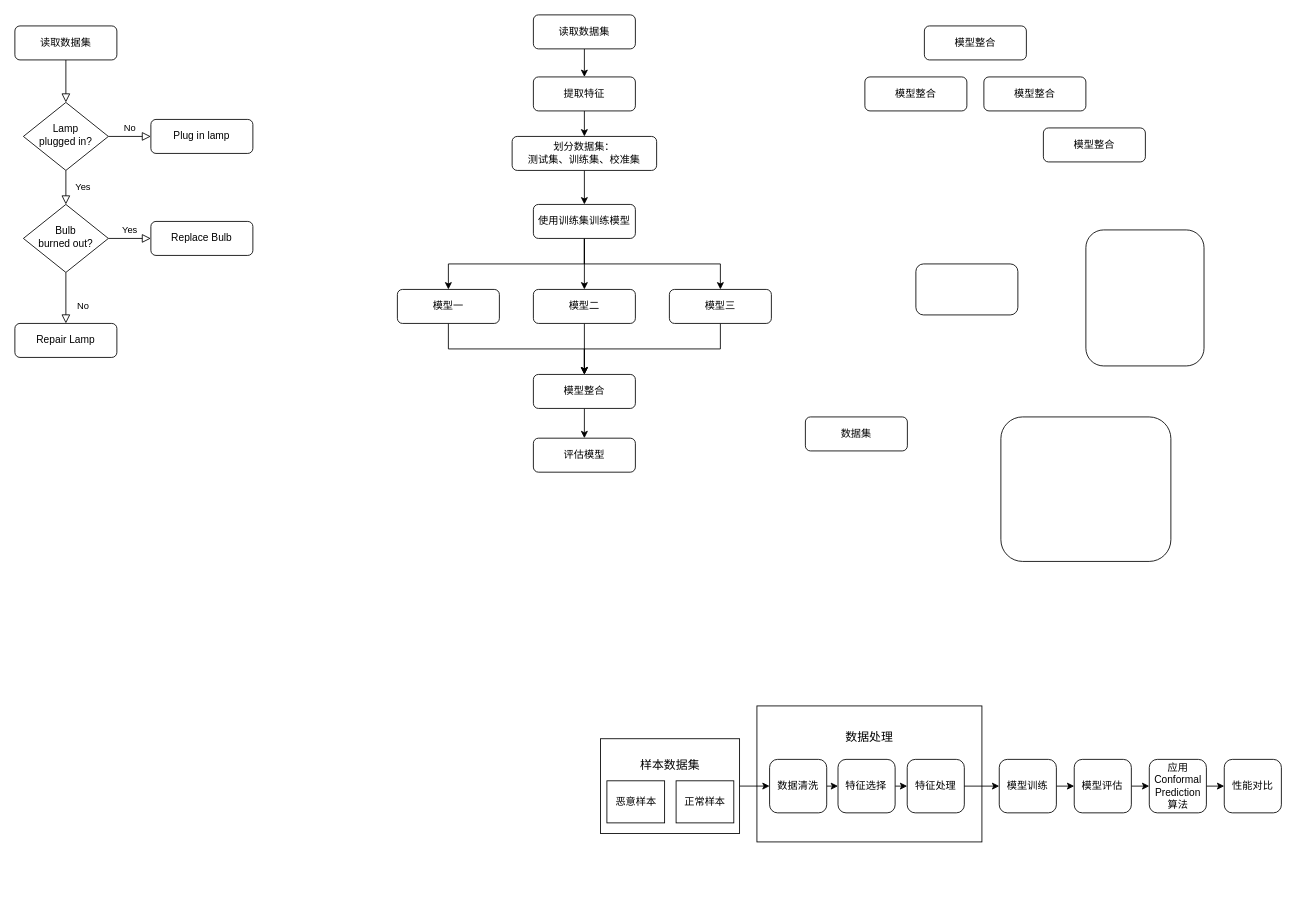
Before: 未命名绘图.drawio in Wanwan0407/WanwanWork, a draw.io diagram. Source tidied: cells renumbered, new cells numbered last; positions are measured from the earlier drawing's top-left corner, leaving out a move shared by most shapes. Both pictures are drawn from the tidied source at 85%, with x=0, y=0 at pixel (14, 14).
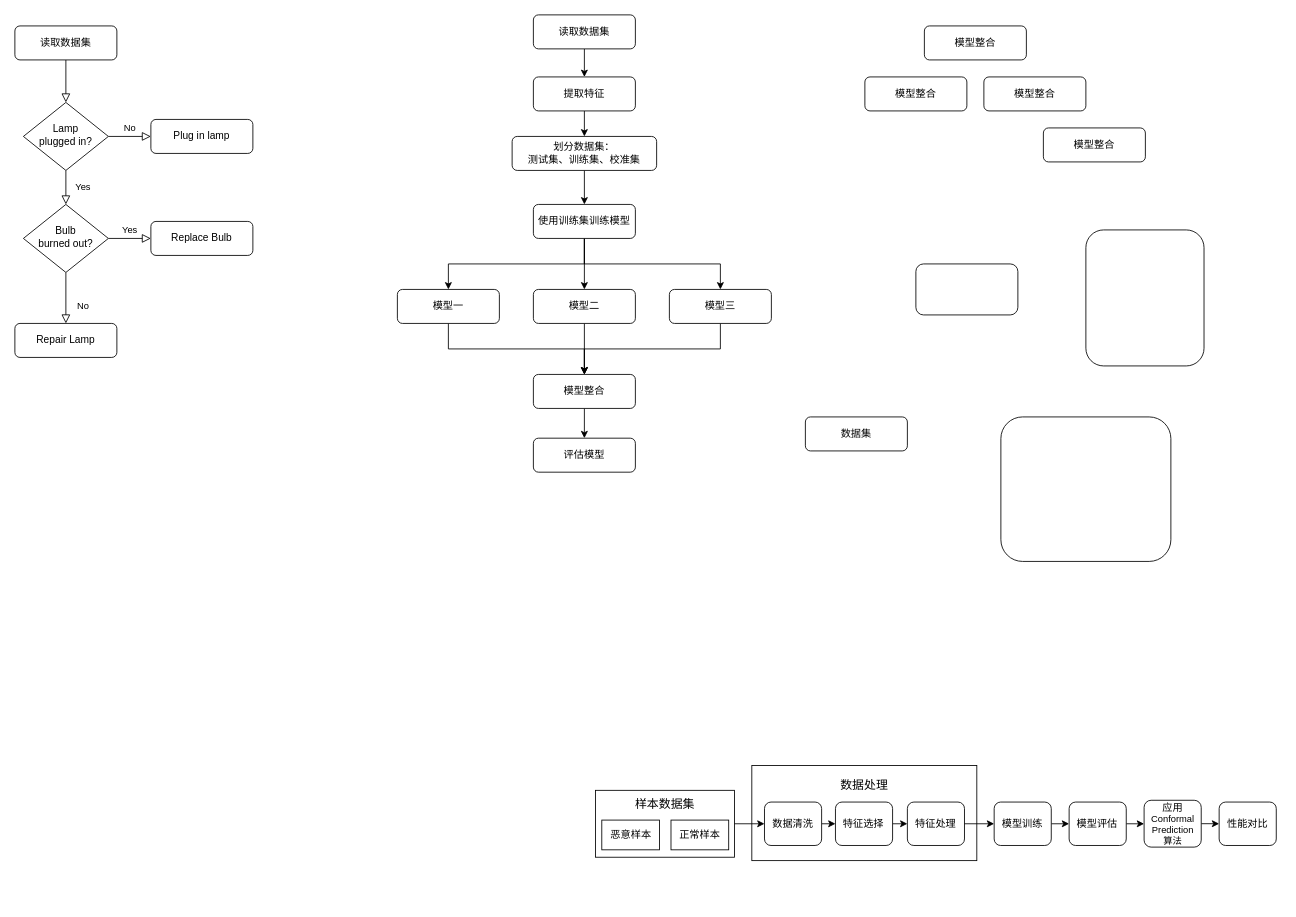
The same diagram, later.

Commit message:
更新未命名绘图.drawio

Change to the diagram source:
```diff
@@
-    <mxCell id="41" style="group;" parent="1" vertex="1">
-      <mxGeometry x="689" y="813" width="801" height="160" as="geometry" />
-    </mxCell>
+    <mxCell id="62" style="group;" parent="1" vertex="1">
+      <mxGeometry x="683" y="875" width="801" height="130" as="geometry" />
+    </mxCell>
-    <mxCell id="42" style="group;" parent="41" vertex="1">
-      <mxGeometry y="38.6" width="163.6" height="111.4" as="geometry" />
+    <mxCell id="42" style="group;" parent="62" vertex="1">
+      <mxGeometry y="37.3" width="163.6" height="78.7" as="geometry" />
     </mxCell>
     <mxCell id="43" value="&lt;div&gt;&lt;br&gt;&lt;/div&gt;&lt;div&gt;&lt;br&gt;&lt;/div&gt;&lt;div&gt;&lt;br&gt;&lt;/div&gt;&lt;div&gt;&lt;font style=&quot;font-size: 14px;&quot;&gt;样本数据集&lt;/font&gt;&lt;/div&gt;&lt;div&gt;&lt;font size=&quot;3&quot;&gt;&lt;br&gt;&lt;/font&gt;&lt;/div&gt;&lt;div&gt;&lt;font size=&quot;3&quot;&gt;&lt;br&gt;&lt;/font&gt;&lt;/div&gt;&lt;div&gt;&lt;font size=&quot;3&quot;&gt;&lt;br&gt;&lt;/font&gt;&lt;/div&gt;&lt;div&gt;&lt;font size=&quot;3&quot;&gt;&lt;br&gt;&lt;/font&gt;&lt;/div&gt;&lt;div&gt;&lt;br&gt;&lt;/div&gt;" style="rounded=0;whiteSpace=wrap;html=1;" parent="42" vertex="1">
-      <mxGeometry width="163.6" height="111.4" as="geometry" />
+      <mxGeometry width="163.6" height="78.7" as="geometry" />
     </mxCell>
     <mxCell id="44" value="恶意样本" style="rounded=0;whiteSpace=wrap;html=1;" parent="42" vertex="1">
-      <mxGeometry x="7.5" y="49.5" width="67.9" height="49.5" as="geometry" />
+      <mxGeometry x="7.5" y="35" width="67.9" height="35" as="geometry" />
     </mxCell>
     <mxCell id="45" value="正常样本" style="rounded=0;whiteSpace=wrap;html=1;" parent="42" vertex="1">
-      <mxGeometry x="88.9" y="49.5" width="67.9" height="49.5" as="geometry" />
+      <mxGeometry x="88.9" y="35" width="67.9" height="35" as="geometry" />
     </mxCell>
-    <mxCell id="46" style="edgeStyle=orthogonalEdgeStyle;rounded=0;jettySize=auto;html=1;exitX=1;exitY=0.5;exitDx=0;exitDy=0;entryX=0;entryY=0.5;entryDx=0;entryDy=0;" parent="41" edge="1" source="47" target="49">
+    <mxCell id="46" style="edgeStyle=orthogonalEdgeStyle;rounded=0;jettySize=auto;html=1;exitX=1;exitY=0.5;exitDx=0;exitDy=0;entryX=0;entryY=0.5;entryDx=0;entryDy=0;" parent="62" edge="1" source="47" target="49">
       <mxGeometry relative="1" as="geometry" />
     </mxCell>
-    <mxCell id="47" value="模型训练" style="rounded=1;whiteSpace=wrap;html=1;" parent="41" vertex="1">
-      <mxGeometry x="469.1" y="62.9" width="67.2" height="62.9" as="geometry" />
+    <mxCell id="47" value="模型训练" style="rounded=1;whiteSpace=wrap;html=1;" parent="62" vertex="1">
+      <mxGeometry x="469.1" y="51.1" width="67.2" height="51.1" as="geometry" />
     </mxCell>
-    <mxCell id="48" style="edgeStyle=orthogonalEdgeStyle;rounded=0;jettySize=auto;html=1;exitX=1;exitY=0.5;exitDx=0;exitDy=0;entryX=0;entryY=0.5;entryDx=0;entryDy=0;" parent="41" edge="1" source="49" target="51">
+    <mxCell id="48" style="edgeStyle=orthogonalEdgeStyle;rounded=0;jettySize=auto;html=1;exitX=1;exitY=0.5;exitDx=0;exitDy=0;entryX=0;entryY=0.5;entryDx=0;entryDy=0;" parent="62" edge="1" source="49" target="51">
       <mxGeometry relative="1" as="geometry" />
     </mxCell>
-    <mxCell id="49" value="模型评估" style="rounded=1;whiteSpace=wrap;html=1;" parent="41" vertex="1">
-      <mxGeometry x="557.3" y="62.9" width="67.2" height="62.9" as="geometry" />
+    <mxCell id="49" value="模型评估" style="rounded=1;whiteSpace=wrap;html=1;" parent="62" vertex="1">
+      <mxGeometry x="557.3" y="51.1" width="67.2" height="51.1" as="geometry" />
     </mxCell>
-    <mxCell id="50" style="edgeStyle=orthogonalEdgeStyle;rounded=0;jettySize=auto;html=1;exitX=1;exitY=0.5;exitDx=0;exitDy=0;entryX=0;entryY=0.5;entryDx=0;entryDy=0;" parent="41" edge="1" source="51" target="52">
+    <mxCell id="50" style="edgeStyle=orthogonalEdgeStyle;rounded=0;jettySize=auto;html=1;exitX=1;exitY=0.5;exitDx=0;exitDy=0;entryX=0;entryY=0.5;entryDx=0;entryDy=0;" parent="62" edge="1" source="51" target="52">
       <mxGeometry relative="1" as="geometry" />
     </mxCell>
-    <mxCell id="51" value="应用&lt;div&gt;&lt;span style=&quot;color: rgba(0, 0, 0, 0); font-family: monospace; font-size: 0px; text-align: start; text-wrap: nowrap;&quot;&gt;3E&lt;/span&gt;Conformal Prediction算法&lt;/div&gt;" style="rounded=1;whiteSpace=wrap;html=1;" parent="41" vertex="1">
-      <mxGeometry x="645.6" y="62.9" width="67.2" height="62.9" as="geometry" />
+    <mxCell id="51" value="应用&lt;div style=&quot;font-size: 11px;&quot;&gt;&lt;span style=&quot;color: rgba(0, 0, 0, 0); font-family: monospace; text-align: start; text-wrap: nowrap; font-size: 0px;&quot;&gt;3E&lt;/span&gt;Conformal Prediction&lt;/div&gt;&lt;div style=&quot;font-size: 11px;&quot;&gt;算法&lt;/div&gt;" style="rounded=1;whiteSpace=wrap;html=1;" parent="62" vertex="1">
+      <mxGeometry x="645.5" y="49" width="67.2" height="55.1" as="geometry" />
     </mxCell>
-    <mxCell id="52" value="性能对比" style="rounded=1;whiteSpace=wrap;html=1;" parent="41" vertex="1">
-      <mxGeometry x="733.8" y="62.9" width="67.2" height="62.9" as="geometry" />
+    <mxCell id="52" value="性能对比" style="rounded=1;whiteSpace=wrap;html=1;" parent="62" vertex="1">
+      <mxGeometry x="733.8" y="51.1" width="67.2" height="51.1" as="geometry" />
     </mxCell>
-    <mxCell id="53" style="group;" parent="41" vertex="1">
-      <mxGeometry x="184" width="264.7" height="160" as="geometry" />
+    <mxCell id="53" style="group;" parent="62" vertex="1">
+      <mxGeometry x="184" width="264.7" height="130" as="geometry" />
     </mxCell>
-    <mxCell id="54" value="&lt;div&gt;&lt;br&gt;&lt;/div&gt;&lt;div&gt;&lt;br&gt;&lt;/div&gt;&lt;div&gt;&lt;br&gt;&lt;/div&gt;&lt;div&gt;&lt;span style=&quot;font-size: 14px;&quot;&gt;数据处理&lt;/span&gt;&lt;/div&gt;&lt;div&gt;&lt;font size=&quot;3&quot;&gt;&lt;br&gt;&lt;/font&gt;&lt;/div&gt;&lt;div&gt;&lt;font size=&quot;3&quot;&gt;&lt;br&gt;&lt;/font&gt;&lt;/div&gt;&lt;div&gt;&lt;font size=&quot;3&quot;&gt;&lt;br&gt;&lt;/font&gt;&lt;/div&gt;&lt;div&gt;&lt;font size=&quot;3&quot;&gt;&lt;br&gt;&lt;/font&gt;&lt;/div&gt;&lt;div&gt;&lt;font size=&quot;3&quot;&gt;&lt;br&gt;&lt;/font&gt;&lt;/div&gt;&lt;div&gt;&lt;font size=&quot;3&quot;&gt;&lt;br&gt;&lt;/font&gt;&lt;/div&gt;&lt;div&gt;&lt;br&gt;&lt;/div&gt;" style="rounded=0;whiteSpace=wrap;html=1;" parent="53" vertex="1">
-      <mxGeometry width="264.7" height="160" as="geometry" />
+    <mxCell id="54" value="&lt;div&gt;&lt;br&gt;&lt;/div&gt;&lt;div&gt;&lt;br&gt;&lt;/div&gt;&lt;div&gt;&lt;span style=&quot;font-size: 14px; background-color: initial;&quot;&gt;&lt;br&gt;&lt;/span&gt;&lt;/div&gt;&lt;div&gt;&lt;span style=&quot;font-size: 14px; background-color: initial;&quot;&gt;&lt;br&gt;&lt;/span&gt;&lt;/div&gt;&lt;div&gt;&lt;span style=&quot;font-size: 14px; background-color: initial;&quot;&gt;数据处理&lt;/span&gt;&lt;br&gt;&lt;/div&gt;&lt;div&gt;&lt;font size=&quot;3&quot;&gt;&lt;br&gt;&lt;/font&gt;&lt;/div&gt;&lt;div&gt;&lt;font size=&quot;3&quot;&gt;&lt;br&gt;&lt;/font&gt;&lt;/div&gt;&lt;div&gt;&lt;font size=&quot;3&quot;&gt;&lt;br&gt;&lt;/font&gt;&lt;/div&gt;&lt;div&gt;&lt;font size=&quot;3&quot;&gt;&lt;br&gt;&lt;/font&gt;&lt;/div&gt;&lt;div&gt;&lt;font size=&quot;3&quot;&gt;&lt;br&gt;&lt;/font&gt;&lt;/div&gt;&lt;div&gt;&lt;font size=&quot;3&quot;&gt;&lt;br&gt;&lt;/font&gt;&lt;/div&gt;&lt;div&gt;&lt;br&gt;&lt;/div&gt;" style="rounded=0;whiteSpace=wrap;html=1;" parent="53" vertex="1">
+      <mxGeometry y="8.1" width="264.7" height="111.9" as="geometry" />
     </mxCell>
@@
     <mxCell id="56" value="数据清洗" style="rounded=1;whiteSpace=wrap;html=1;" parent="53" vertex="1">
-      <mxGeometry x="14.9" y="62.9" width="67.2" height="62.9" as="geometry" />
+      <mxGeometry x="14.9" y="51.1" width="67.2" height="51.1" as="geometry" />
     </mxCell>
@@
     <mxCell id="58" value="特征选择" style="rounded=1;whiteSpace=wrap;html=1;" parent="53" vertex="1">
-      <mxGeometry x="95.4" y="62.9" width="67.2" height="62.9" as="geometry" />
+      <mxGeometry x="98.4" y="51.1" width="67.2" height="51.1" as="geometry" />
     </mxCell>
     <mxCell id="59" value="特征处理" style="rounded=1;whiteSpace=wrap;html=1;" parent="53" vertex="1">
-      <mxGeometry x="176.8" y="62.9" width="67.2" height="62.9" as="geometry" />
+      <mxGeometry x="183" y="51.1" width="67.2" height="51.1" as="geometry" />
     </mxCell>
+    <mxCell id="61" style="edgeStyle=orthogonalEdgeStyle;rounded=0;jettySize=auto;html=1;exitX=1;exitY=0.5;exitDx=0;exitDy=0;entryX=0;entryY=0.5;entryDx=0;entryDy=0;" parent="62" edge="1" source="59" target="47">
+      <mxGeometry relative="1" as="geometry" />
+    </mxCell>
-    <mxCell id="60" style="edgeStyle=orthogonalEdgeStyle;rounded=0;jettySize=auto;html=1;exitX=1;exitY=0.5;exitDx=0;exitDy=0;entryX=0;entryY=0.5;entryDx=0;entryDy=0;" parent="41" edge="1" source="43" target="56">
+    <mxCell id="60" style="edgeStyle=orthogonalEdgeStyle;rounded=0;jettySize=auto;html=1;exitX=1;exitY=0.5;exitDx=0;exitDy=0;entryX=0;entryY=0.5;entryDx=0;entryDy=0;" parent="62" edge="1" source="43" target="56">
       <mxGeometry relative="1" as="geometry" />
     </mxCell>
-    <mxCell id="61" style="edgeStyle=orthogonalEdgeStyle;rounded=0;jettySize=auto;html=1;exitX=1;exitY=0.5;exitDx=0;exitDy=0;entryX=0;entryY=0.5;entryDx=0;entryDy=0;" parent="41" edge="1" source="59" target="47">
-      <mxGeometry relative="1" as="geometry" />
-    </mxCell>
```
